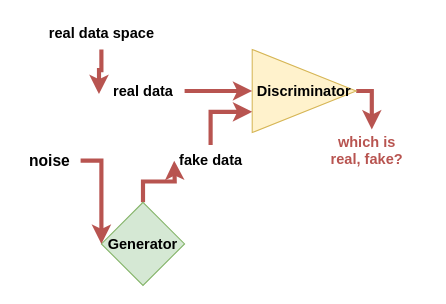
The draw.io diagram GANS-simple.drawio in huyle84/diagrams, before the edit. Source tidied: cells renumbered, new cells numbered last; positions are measured from the earlier drawing's top-left corner, leaving out a move shared by most shapes. Both pictures are drawn from the tidied source at 104%, with x=0, y=0 at pixel (18, 18).
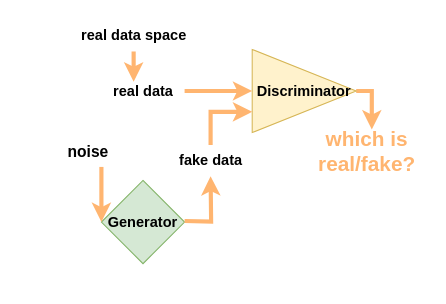
After the change.

The change refers to these unchanged cells:
```xml
<mxCell id="3" value="&lt;font style=&quot;font-size: 14px;&quot;&gt;&lt;b&gt;Discriminator&lt;/b&gt;&lt;/font&gt;" style="triangle;whiteSpace=wrap;html=1;fillColor=#fff2cc;strokeColor=#d6b656;" parent="1" vertex="1">
  <mxGeometry x="225" y="30" width="100" height="80" as="geometry" />
</mxCell>
<mxCell id="9" value="&lt;font style=&quot;font-size: 14px;&quot;&gt;&lt;b&gt;fake data&lt;/b&gt;&lt;/font&gt;" style="text;html=1;align=center;verticalAlign=middle;points=[];strokeColor=none;fillColor=none;" parent="1" vertex="1">
  <mxGeometry x="145" y="122" width="80" height="30" as="geometry" />
</mxCell>
<mxCell id="12" value="&lt;font style=&quot;font-size: 14px;&quot;&gt;&lt;b&gt;real data&lt;/b&gt;&lt;/font&gt;" style="text;html=1;align=center;verticalAlign=middle;points=[];strokeColor=none;fillColor=none;" parent="1" vertex="1">
  <mxGeometry x="80" y="55" width="80" height="30" as="geometry" />
</mxCell>
```

The edit, as a diff of the source:
```diff
@@
-    <mxCell id="2" style="edgeStyle=orthogonalEdgeStyle;rounded=0;jettySize=auto;html=1;exitX=1;exitY=0.5;exitDx=0;exitDy=0;strokeWidth=4;strokeColor=#B85450;" parent="1" edge="1" source="3">
+    <mxCell id="2" style="edgeStyle=orthogonalEdgeStyle;rounded=0;jettySize=auto;html=1;exitX=1;exitY=0.5;exitDx=0;exitDy=0;strokeWidth=4;strokeColor=#FFB570;" parent="1" edge="1" source="3">
       <mxGeometry relative="1" as="geometry">
         <mxPoint x="340" y="107" as="targetPoint" />
       </mxGeometry>
     </mxCell>
@@
-    <mxCell id="4" style="edgeStyle=orthogonalEdgeStyle;rounded=0;jettySize=auto;html=1;strokeWidth=4;fillColor=#f8cecc;strokeColor=#b85450;" parent="1" edge="1" source="5">
-      <mxGeometry relative="1" as="geometry">
-        <mxPoint x="150" y="137" as="targetPoint" />
-      </mxGeometry>
-    </mxCell>
     <mxCell id="5" value="&lt;b&gt;&lt;font style=&quot;font-size: 14px;&quot;&gt;Generator&lt;/font&gt;&lt;/b&gt;" style="rhombus;whiteSpace=wrap;html=1;fillColor=#d5e8d4;strokeColor=#82b366;" parent="1" vertex="1">
-      <mxGeometry x="80" y="177" width="80" height="80" as="geometry" />
+      <mxGeometry x="80" y="156" width="80" height="80" as="geometry" />
     </mxCell>
-    <mxCell id="6" style="edgeStyle=orthogonalEdgeStyle;rounded=0;jettySize=auto;html=1;entryX=0;entryY=0.5;entryDx=0;entryDy=0;strokeWidth=4;fillColor=#f8cecc;strokeColor=#b85450;" parent="1" edge="1" source="7" target="5">
+    <mxCell id="6" style="edgeStyle=orthogonalEdgeStyle;rounded=0;jettySize=auto;html=1;entryX=0;entryY=0.5;entryDx=0;entryDy=0;strokeWidth=4;fillColor=#f8cecc;strokeColor=#FFB570;" parent="1" edge="1" source="7" target="5">
       <mxGeometry relative="1" as="geometry">
         <Array as="points">
-          <mxPoint x="10" y="137" />
-          <mxPoint x="10" y="137" />
+          <mxPoint x="80" y="137" />
         </Array>
       </mxGeometry>
     </mxCell>
     <mxCell id="7" value="&lt;font style=&quot;font-size: 15px;&quot;&gt;&lt;b&gt;noise&lt;/b&gt;&lt;/font&gt;" style="text;html=1;align=center;verticalAlign=middle;points=[];strokeColor=none;fillColor=none;" parent="1" vertex="1">
-      <mxGeometry y="122" width="60" height="30" as="geometry" />
+      <mxGeometry x="37" y="113" width="60" height="30" as="geometry" />
     </mxCell>
-    <mxCell id="8" style="edgeStyle=orthogonalEdgeStyle;rounded=0;jettySize=auto;html=1;entryX=0;entryY=0.75;entryDx=0;entryDy=0;strokeWidth=4;fillColor=#f8cecc;strokeColor=#b85450;" parent="1" edge="1" source="9" target="3">
+    <mxCell id="8" style="edgeStyle=orthogonalEdgeStyle;rounded=0;jettySize=auto;html=1;entryX=0;entryY=0.75;entryDx=0;entryDy=0;strokeWidth=4;fillColor=#f8cecc;strokeColor=#FFB570;" parent="1" edge="1" source="9" target="3">
       <mxGeometry relative="1" as="geometry">
         <Array as="points">
           <mxPoint x="185" y="90" />
         </Array>
       </mxGeometry>
     </mxCell>
@@
     <mxCell id="10" value="&lt;font style=&quot;font-size: 14px;&quot;&gt;&lt;b&gt;real data space&lt;/b&gt;&lt;/font&gt;" style="text;html=1;align=center;verticalAlign=middle;points=[];strokeColor=none;fillColor=none;" parent="1" vertex="1">
-      <mxGeometry x="20" width="120" height="30" as="geometry" />
+      <mxGeometry x="51" y="1" width="120" height="30" as="geometry" />
     </mxCell>
-    <mxCell id="11" style="edgeStyle=orthogonalEdgeStyle;rounded=0;jettySize=auto;html=1;entryX=0;entryY=0.5;entryDx=0;entryDy=0;strokeWidth=4;fillColor=#f8cecc;strokeColor=#b85450;" parent="1" edge="1" source="12" target="3">
+    <mxCell id="11" style="edgeStyle=orthogonalEdgeStyle;rounded=0;jettySize=auto;html=1;entryX=0;entryY=0.5;entryDx=0;entryDy=0;strokeWidth=4;fillColor=#f8cecc;strokeColor=#FFB570;" parent="1" edge="1" source="12" target="3">
       <mxGeometry relative="1" as="geometry">
         <Array as="points">
           <mxPoint x="180" y="70" />
           <mxPoint x="180" y="70" />
         </Array>
       </mxGeometry>
     </mxCell>
@@
-    <mxCell id="13" style="edgeStyle=orthogonalEdgeStyle;rounded=0;jettySize=auto;html=1;entryX=-0.029;entryY=0.6;entryDx=0;entryDy=0;entryPerimeter=0;strokeWidth=4;fillColor=#f8cecc;strokeColor=#b85450;" parent="1" edge="1" source="10" target="12">
-      <mxGeometry relative="1" as="geometry" />
-    </mxCell>
-    <mxCell id="14" value="&lt;font color=&quot;#b85450&quot; style=&quot;font-size: 14px;&quot;&gt;&lt;b&gt;which is &lt;br&gt;real, fake?&lt;/b&gt;&lt;/font&gt;" style="text;html=1;align=center;verticalAlign=middle;strokeColor=none;fillColor=none;" parent="1" vertex="1">
-      <mxGeometry x="290" y="102" width="90" height="50" as="geometry" />
+    <mxCell id="14" value="&lt;font color=&quot;#ffb570&quot; style=&quot;font-size: 20px;&quot;&gt;&lt;b&gt;which is &lt;br&gt;real/fake?&lt;/b&gt;&lt;/font&gt;" style="text;html=1;align=center;verticalAlign=middle;strokeColor=none;fillColor=none;" parent="1" vertex="1">
+      <mxGeometry x="275" y="97" width="120" height="60" as="geometry" />
     </mxCell>
+    <mxCell id="15" style="edgeStyle=orthogonalEdgeStyle;rounded=0;orthogonalLoop=1;jettySize=auto;html=1;exitX=1;exitY=0.5;exitDx=0;exitDy=0;entryX=0.5;entryY=1.1;entryDx=0;entryDy=0;entryPerimeter=0;strokeWidth=4;strokeColor=#FFB570;" parent="1" edge="1">
+      <mxGeometry relative="1" as="geometry">
+        <mxPoint x="160" y="195" as="sourcePoint" />
+        <mxPoint x="185" y="152" as="targetPoint" />
+      </mxGeometry>
+    </mxCell>
+    <mxCell id="16" style="edgeStyle=orthogonalEdgeStyle;rounded=0;orthogonalLoop=1;jettySize=auto;html=1;entryX=0.388;entryY=-0.1;entryDx=0;entryDy=0;entryPerimeter=0;strokeColor=#FFB570;strokeWidth=4;" parent="1" edge="1">
+      <mxGeometry relative="1" as="geometry">
+        <mxPoint x="111" y="32" as="sourcePoint" />
+        <mxPoint x="111" y="61" as="targetPoint" />
+      </mxGeometry>
+    </mxCell>
```
